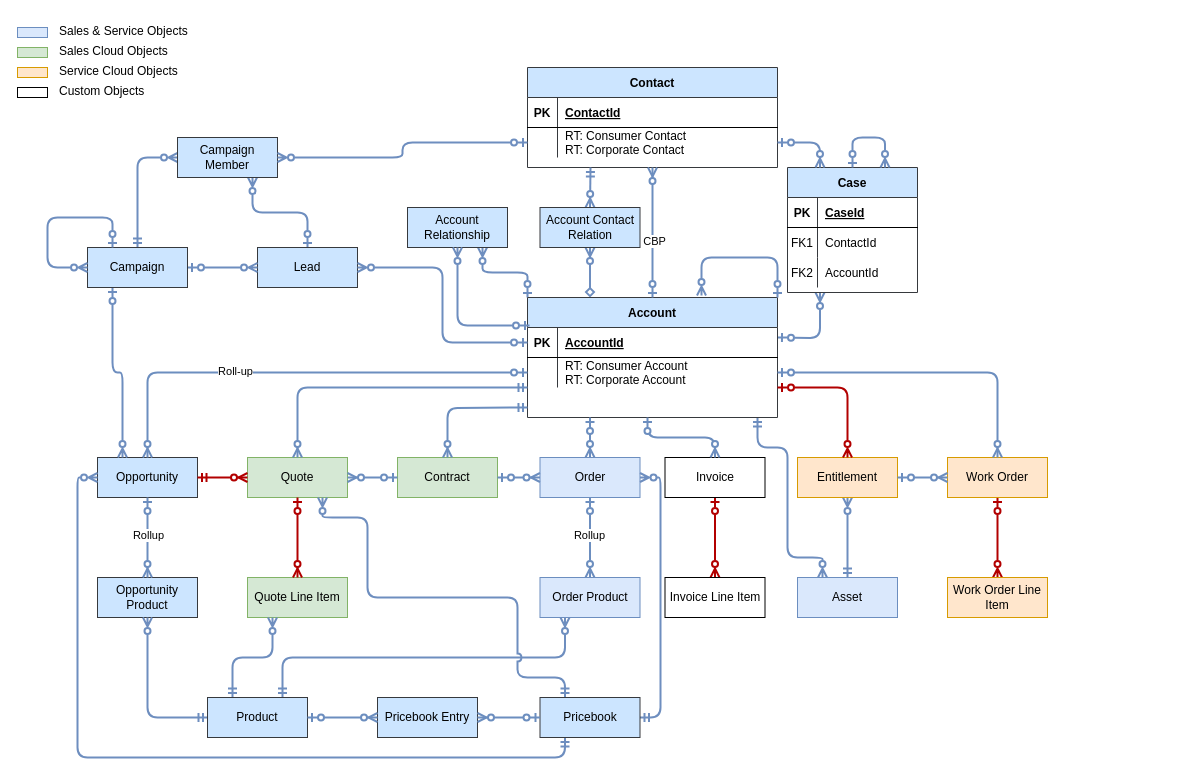
Earlier version of the draw.io diagram page "Sales-Service" (1 of 2) of sales_service_datamodels.drawio (sivanandjothy/arkangel). Source tidied: cells renumbered, new cells numbered last; positions are measured from the earlier drawing's top-left corner, leaving out a move shared by most shapes. Both pictures are drawn from the tidied source at 100%, with x=0, y=0 at pixel (17, 17).
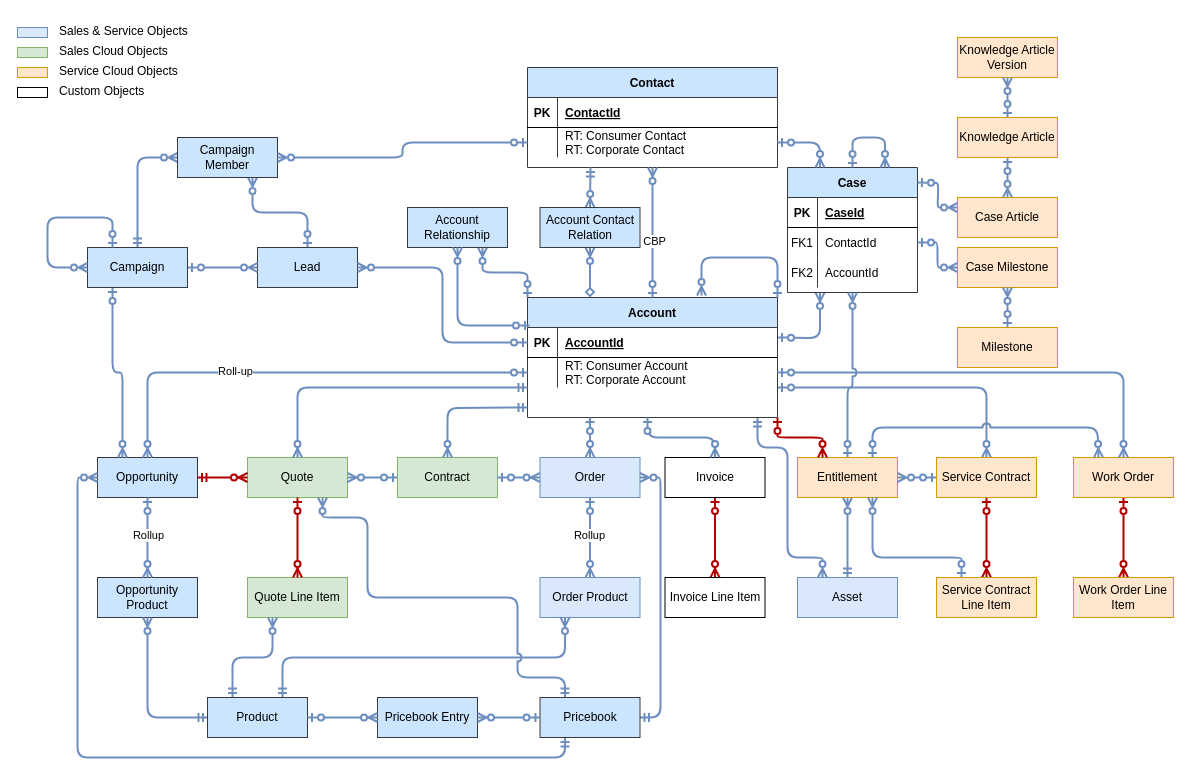
After the change.

Unchanged cells that the change refers to:
```xml
<mxCell id="6" value="Account" style="shape=table;startSize=30;childLayout=tableLayout;rowLines=0;fontStyle=1;align=center;fillColor=#cce5ff;strokeColor=#36393d;" parent="1" vertex="1">
  <mxGeometry x="510" y="280" width="250" height="120" as="geometry" />
</mxCell>
<mxCell id="21" value="Case" style="shape=table;startSize=30;childLayout=tableLayout;rowLines=0;fontStyle=1;align=center;fillColor=#cce5ff;strokeColor=#36393d;" parent="1" vertex="1">
  <mxGeometry x="770" y="150" width="130" height="125" as="geometry" />
</mxCell>
<mxCell id="25" style="shape=partialRectangle;fillColor=none;points=[[0,0.5],[1,0.5]];portConstraint=eastwest;top=0;left=0;right=0;bottom=0;" parent="21" vertex="1">
  <mxGeometry y="60" width="130" height="30" as="geometry" />
</mxCell>
<mxCell id="75" value="Entitlement" style="whiteSpace=wrap;html=1;align=center;fillColor=#ffe6cc;strokeColor=#d79b00;" parent="1" vertex="1">
  <mxGeometry x="780" y="440" width="100" height="40" as="geometry" />
</mxCell>
```

What changed in the source:
```diff
@@
+    <mxCell id="101" style="edgeStyle=orthogonalEdgeStyle;rounded=1;jumpStyle=arc;jettySize=auto;html=1;exitX=1;exitY=0.75;exitDx=0;exitDy=0;entryX=0.5;entryY=0;entryDx=0;entryDy=0;strokeColor=#6e8ebf;strokeWidth=2;startArrow=ERzeroToOne;startFill=0;endArrow=ERzeroToMany;endFill=0;" parent="1" edge="1" source="6" target="105">
+      <mxGeometry relative="1" as="geometry" />
+    </mxCell>
@@
     <mxCell id="70" value="Work Order" style="whiteSpace=wrap;html=1;align=center;fillColor=#ffe6cc;strokeColor=#d79b00;" parent="1" vertex="1">
-      <mxGeometry x="930" y="440" width="100" height="40" as="geometry" />
+      <mxGeometry x="1056" y="440" width="100" height="40" as="geometry" />
     </mxCell>
     <mxCell id="71" value="Work Order Line Item" style="whiteSpace=wrap;html=1;align=center;fillColor=#ffe6cc;strokeColor=#d79b00;" parent="1" vertex="1">
-      <mxGeometry x="930" y="560" width="100" height="40" as="geometry" />
+      <mxGeometry x="1056" y="560" width="100" height="40" as="geometry" />
     </mxCell>
@@
+    <mxCell id="102" style="edgeStyle=orthogonalEdgeStyle;rounded=1;jumpStyle=arc;jettySize=auto;html=1;exitX=0.5;exitY=0;exitDx=0;exitDy=0;entryX=0.5;entryY=1;entryDx=0;entryDy=0;strokeColor=#6e8ebf;strokeWidth=2;startArrow=ERzeroToOne;startFill=0;endArrow=ERzeroToMany;endFill=0;" parent="1" edge="1" source="75" target="21">
+      <mxGeometry relative="1" as="geometry">
+        <Array as="points">
+          <mxPoint x="830" y="370" />
+          <mxPoint x="835" y="370" />
+        </Array>
+      </mxGeometry>
+    </mxCell>
@@
-    <mxCell id="76" style="edgeStyle=orthogonalEdgeStyle;rounded=1;jumpStyle=arc;jettySize=auto;html=1;strokeColor=#B20000;strokeWidth=2;startArrow=ERzeroToOne;startFill=0;endArrow=ERzeroToMany;endFill=0;fontSize=12;fillColor=#e51400;gradientColor=#7ea6e0;exitX=1;exitY=0.75;exitDx=0;exitDy=0;entryX=0.5;entryY=0;entryDx=0;entryDy=0;" parent="1" edge="1" source="6" target="75">
+    <mxCell id="76" style="edgeStyle=orthogonalEdgeStyle;rounded=1;jumpStyle=arc;jettySize=auto;html=1;strokeColor=#B20000;strokeWidth=2;startArrow=ERzeroToOne;startFill=0;endArrow=ERzeroToMany;endFill=0;fontSize=12;fillColor=#e51400;gradientColor=#7ea6e0;exitX=1;exitY=1;exitDx=0;exitDy=0;entryX=0.25;entryY=0;entryDx=0;entryDy=0;" parent="1" edge="1" source="6" target="75">
       <mxGeometry relative="1" as="geometry" />
     </mxCell>
@@
-    <mxCell id="91" style="fontSize=12;html=1;endArrow=ERzeroToMany;startArrow=ERzeroToOne;rounded=1;strokeColor=#6c8ebf;jumpStyle=arc;orthogonal=0;snapToPoint=0;exitX=1;exitY=0.5;exitDx=0;exitDy=0;entryX=0;entryY=0.5;entryDx=0;entryDy=0;fillColor=#dae8fc;gradientColor=#7ea6e0;strokeWidth=2;" parent="1" edge="1" source="75" target="70">
-      <mxGeometry x="-0.93" relative="1" as="geometry" />
+    <mxCell id="91" style="fontSize=12;html=1;endArrow=ERzeroToMany;startArrow=ERzeroToOne;rounded=1;strokeColor=#6c8ebf;jumpStyle=arc;orthogonal=0;snapToPoint=0;exitX=0.75;exitY=0;exitDx=0;exitDy=0;entryX=0.25;entryY=0;entryDx=0;entryDy=0;fillColor=#dae8fc;gradientColor=#7ea6e0;strokeWidth=2;edgeStyle=orthogonalEdgeStyle;" parent="1" edge="1" source="75" target="70">
+      <mxGeometry x="-0.93" relative="1" as="geometry">
+        <Array as="points">
+          <mxPoint x="855" y="410" />
+          <mxPoint x="1080" y="410" />
+        </Array>
+      </mxGeometry>
     </mxCell>
@@
+    <mxCell id="103" style="edgeStyle=orthogonalEdgeStyle;rounded=1;jumpStyle=arc;jettySize=auto;html=1;strokeColor=#B20000;strokeWidth=2;startArrow=ERzeroToOne;startFill=0;endArrow=ERzeroToMany;endFill=0;fontSize=12;fillColor=#e51400;gradientColor=#7ea6e0;" parent="1" edge="1" source="105" target="107">
+      <mxGeometry relative="1" as="geometry" />
+    </mxCell>
+    <mxCell id="104" style="edgeStyle=orthogonalEdgeStyle;rounded=1;jumpStyle=arc;jettySize=auto;html=1;exitX=0;exitY=0.5;exitDx=0;exitDy=0;entryX=1;entryY=0.5;entryDx=0;entryDy=0;strokeColor=#6e8ebf;strokeWidth=2;startArrow=ERzeroToOne;startFill=0;endArrow=ERzeroToMany;endFill=0;" parent="1" edge="1" source="105" target="75">
+      <mxGeometry relative="1" as="geometry" />
+    </mxCell>
+    <mxCell id="105" value="Service Contract" style="whiteSpace=wrap;html=1;align=center;fillColor=#ffe6cc;strokeColor=#d79b00;" parent="1" vertex="1">
+      <mxGeometry x="919" y="440" width="100" height="40" as="geometry" />
+    </mxCell>
+    <mxCell id="106" style="edgeStyle=orthogonalEdgeStyle;rounded=1;jumpStyle=arc;jettySize=auto;html=1;exitX=0.25;exitY=0;exitDx=0;exitDy=0;entryX=0.75;entryY=1;entryDx=0;entryDy=0;strokeColor=#6e8ebf;strokeWidth=2;startArrow=ERzeroToOne;startFill=0;endArrow=ERzeroToMany;endFill=0;" parent="1" edge="1" source="107" target="75">
+      <mxGeometry relative="1" as="geometry">
+        <Array as="points">
+          <mxPoint x="944" y="540" />
+          <mxPoint x="855" y="540" />
+        </Array>
+      </mxGeometry>
+    </mxCell>
+    <mxCell id="107" value="Service Contract Line Item" style="whiteSpace=wrap;html=1;align=center;fillColor=#ffe6cc;strokeColor=#d79b00;" parent="1" vertex="1">
+      <mxGeometry x="919" y="560" width="100" height="40" as="geometry" />
+    </mxCell>
+    <mxCell id="108" value="Knowledge Article Version" style="whiteSpace=wrap;html=1;align=center;fillColor=#ffe6cc;strokeColor=#d79b00;" parent="1" vertex="1">
+      <mxGeometry x="940" y="20" width="100" height="40" as="geometry" />
+    </mxCell>
+    <mxCell id="109" style="edgeStyle=orthogonalEdgeStyle;rounded=1;jumpStyle=arc;jettySize=auto;html=1;exitX=0.5;exitY=0;exitDx=0;exitDy=0;entryX=0.5;entryY=1;entryDx=0;entryDy=0;strokeColor=#6e8ebf;strokeWidth=2;startArrow=ERzeroToOne;startFill=0;endArrow=ERzeroToMany;endFill=0;" parent="1" edge="1" source="111" target="108">
+      <mxGeometry relative="1" as="geometry" />
+    </mxCell>
+    <mxCell id="110" style="edgeStyle=orthogonalEdgeStyle;rounded=1;jumpStyle=arc;jettySize=auto;html=1;exitX=0.5;exitY=1;exitDx=0;exitDy=0;entryX=0.5;entryY=0;entryDx=0;entryDy=0;strokeColor=#6e8ebf;strokeWidth=2;startArrow=ERzeroToOne;startFill=0;endArrow=ERzeroToMany;endFill=0;" parent="1" edge="1" source="111" target="112">
+      <mxGeometry relative="1" as="geometry" />
+    </mxCell>
+    <mxCell id="111" value="Knowledge Article" style="whiteSpace=wrap;html=1;align=center;fillColor=#ffe6cc;strokeColor=#d79b00;" parent="1" vertex="1">
+      <mxGeometry x="940" y="100" width="100" height="40" as="geometry" />
+    </mxCell>
+    <mxCell id="112" value="Case Article" style="whiteSpace=wrap;html=1;align=center;fillColor=#ffe6cc;strokeColor=#d79b00;" parent="1" vertex="1">
+      <mxGeometry x="940" y="180" width="100" height="40" as="geometry" />
+    </mxCell>
+    <mxCell id="113" style="edgeStyle=orthogonalEdgeStyle;rounded=1;jumpStyle=arc;jettySize=auto;html=1;exitX=1;exitY=0.5;exitDx=0;exitDy=0;entryX=0;entryY=0.25;entryDx=0;entryDy=0;strokeColor=#6e8ebf;strokeWidth=2;startArrow=ERzeroToOne;startFill=0;endArrow=ERzeroToMany;endFill=0;" parent="1" edge="1" target="112">
+      <mxGeometry relative="1" as="geometry">
+        <mxPoint x="900" y="165" as="sourcePoint" />
+      </mxGeometry>
+    </mxCell>
+    <mxCell id="114" value="Case Milestone" style="whiteSpace=wrap;html=1;align=center;fillColor=#ffe6cc;strokeColor=#d79b00;" parent="1" vertex="1">
+      <mxGeometry x="940" y="230" width="100" height="40" as="geometry" />
+    </mxCell>
+    <mxCell id="115" style="edgeStyle=orthogonalEdgeStyle;rounded=1;jumpStyle=arc;jettySize=auto;html=1;exitX=0.5;exitY=0;exitDx=0;exitDy=0;entryX=0.5;entryY=1;entryDx=0;entryDy=0;strokeColor=#6e8ebf;strokeWidth=2;startArrow=ERzeroToOne;startFill=0;endArrow=ERzeroToMany;endFill=0;" parent="1" edge="1" source="116" target="114">
+      <mxGeometry relative="1" as="geometry" />
+    </mxCell>
+    <mxCell id="116" value="Milestone" style="whiteSpace=wrap;html=1;align=center;fillColor=#ffe6cc;strokeColor=#d79b00;" parent="1" vertex="1">
+      <mxGeometry x="940" y="310" width="100" height="40" as="geometry" />
+    </mxCell>
+    <mxCell id="117" style="edgeStyle=orthogonalEdgeStyle;rounded=1;jumpStyle=arc;jettySize=auto;html=1;exitX=1;exitY=0.5;exitDx=0;exitDy=0;entryX=0;entryY=0.5;entryDx=0;entryDy=0;strokeColor=#6e8ebf;strokeWidth=2;startArrow=ERzeroToOne;startFill=0;endArrow=ERzeroToMany;endFill=0;" parent="1" edge="1" source="25" target="114">
+      <mxGeometry relative="1" as="geometry" />
+    </mxCell>
```
